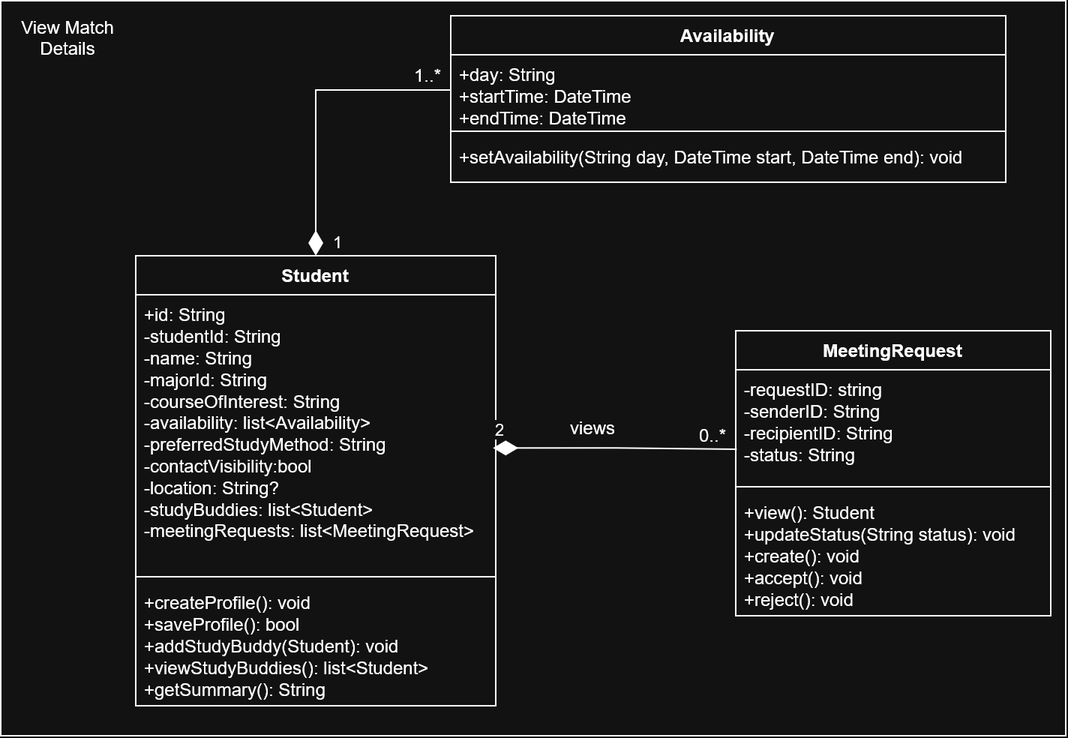
Before: docs/uml/slices/jordan-view-match-details/classes.png, a diagram exported from draw.io (Deismus/Group6Project). Source tidied: cells renumbered, new cells last; positions are measured from the earlier drawing's top-left corner, leaving out a move shared by most shapes.
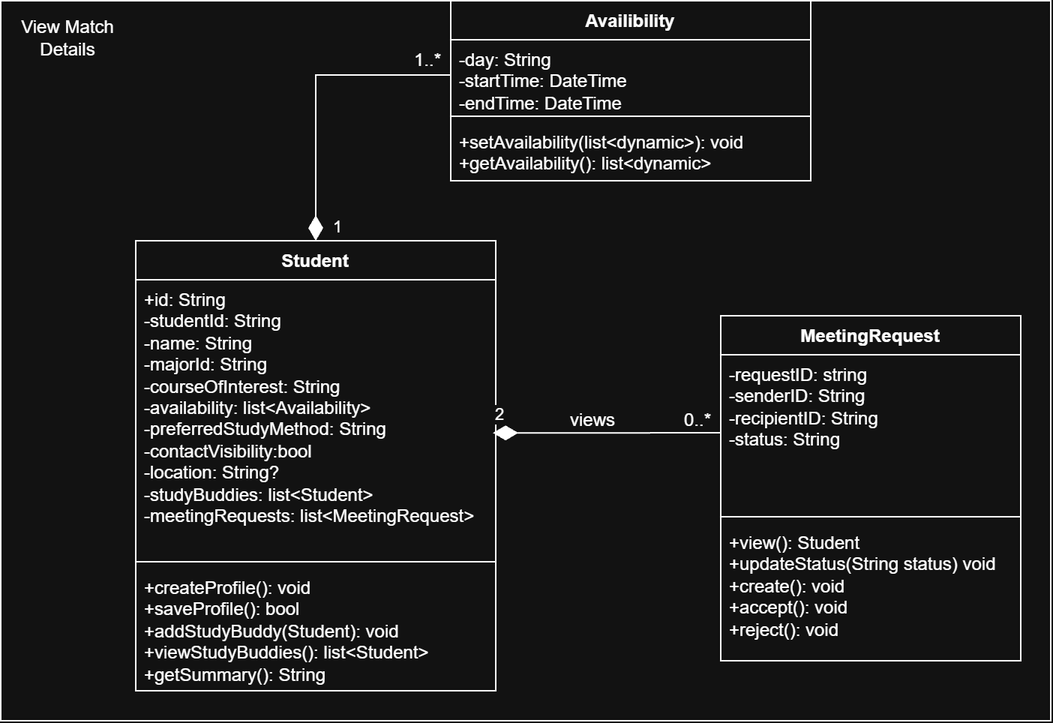
Above is the later version.

Commit message:
UPDATED PNGS AGAINNNN

i updated the sequence and classes.png because they need a method for returning information that's not just variables

The edit, as a diff of the source:
```diff
@@ -3,10 +3,10 @@
     <mxCell id="0" />
     <mxCell id="1" parent="0" />
     <mxCell id="2" style="rounded=0;whiteSpace=wrap;html=1;" parent="1" vertex="1">
-      <mxGeometry width="710" height="490" as="geometry" />
+      <mxGeometry y="10" width="700" height="480" as="geometry" />
     </mxCell>
     <mxCell id="3" value="View Match Details" style="text;html=1;whiteSpace=wrap;strokeColor=none;fillColor=none;align=center;verticalAlign=middle;rounded=0;" parent="1" vertex="1">
-      <mxGeometry y="10" width="90" height="30" as="geometry" />
+      <mxGeometry y="20" width="90" height="30" as="geometry" />
     </mxCell>
     <mxCell id="4" value="Student" style="swimlane;fontStyle=1;align=center;verticalAlign=top;horizontal=1;startSize=26;whiteSpace=wrap;html=1;" parent="1" vertex="1">
       <mxGeometry x="90" y="170" width="240" height="300" as="geometry" />
@@ -21,34 +21,34 @@
       <mxGeometry y="218" width="240" height="82" as="geometry" />
     </mxCell>
     <mxCell id="8" value="MeetingRequest" style="swimlane;fontStyle=1;align=center;verticalAlign=top;horizontal=1;startSize=26;whiteSpace=wrap;html=1;" parent="1" vertex="1">
-      <mxGeometry x="490" y="220" width="210" height="190" as="geometry" />
+      <mxGeometry x="480" y="220" width="200" height="230" as="geometry" />
     </mxCell>
     <mxCell id="9" value="-requestID: string&lt;div&gt;-senderID: String&lt;/div&gt;&lt;div&gt;-recipientID: String&lt;/div&gt;&lt;div&gt;-status: String&lt;/div&gt;" style="text;strokeColor=none;fillColor=none;align=left;verticalAlign=top;spacingLeft=4;spacingRight=4;overflow=hidden;points=[[0,0.5],[1,0.5]];portConstraint=eastwest;whiteSpace=wrap;html=1;" parent="8" vertex="1">
-      <mxGeometry y="26" width="210" height="74" as="geometry" />
+      <mxGeometry y="26" width="200" height="104" as="geometry" />
     </mxCell>
     <mxCell id="10" style="line;strokeWidth=1;fillColor=none;align=left;verticalAlign=middle;spacingTop=-1;spacingLeft=3;spacingRight=3;labelPosition=right;strokeColor=inherit;" parent="8" vertex="1">
-      <mxGeometry y="100" width="210" height="8" as="geometry" />
+      <mxGeometry y="130" width="200" height="8" as="geometry" />
     </mxCell>
-    <mxCell id="11" value="&lt;div&gt;+view(): Student&lt;/div&gt;&lt;div&gt;+updateStatus(String status): void&lt;/div&gt;&lt;div&gt;+create(): void&lt;/div&gt;&lt;div&gt;+accept(): void&lt;/div&gt;&lt;div&gt;+reject(): void&lt;/div&gt;" style="text;strokeColor=none;fillColor=none;align=left;verticalAlign=top;spacingLeft=4;spacingRight=4;overflow=hidden;whiteSpace=wrap;html=1;" parent="8" vertex="1">
-      <mxGeometry y="108" width="210" height="82" as="geometry" />
+    <mxCell id="11" value="&lt;div&gt;+view(): Student&lt;/div&gt;&lt;div&gt;+updateStatus(String status) void&lt;/div&gt;+create(): void&lt;div&gt;+accept(): void&lt;/div&gt;&lt;div&gt;+reject(): void&lt;/div&gt;" style="text;strokeColor=none;fillColor=none;align=left;verticalAlign=top;spacingLeft=4;spacingRight=4;overflow=hidden;whiteSpace=wrap;html=1;" parent="8" vertex="1">
+      <mxGeometry y="138" width="200" height="92" as="geometry" />
     </mxCell>
-    <mxCell id="12" value="Availability" style="swimlane;fontStyle=1;align=center;verticalAlign=top;horizontal=1;startSize=26;whiteSpace=wrap;html=1;" parent="1" vertex="1">
-      <mxGeometry x="300" y="10" width="370" height="111" as="geometry" />
+    <mxCell id="12" value="Availibility" style="swimlane;fontStyle=1;align=center;verticalAlign=top;horizontal=1;startSize=26;whiteSpace=wrap;html=1;" parent="1" vertex="1">
+      <mxGeometry x="300" y="10" width="240" height="120" as="geometry" />
     </mxCell>
-    <mxCell id="13" value="+day: String&lt;div&gt;+startTime: DateTime&lt;/div&gt;&lt;div&gt;+endTime: DateTime&lt;/div&gt;" style="text;strokeColor=none;fillColor=none;align=left;verticalAlign=top;spacingLeft=4;spacingRight=4;overflow=hidden;points=[[0,0.5],[1,0.5]];portConstraint=eastwest;whiteSpace=wrap;html=1;" parent="12" vertex="1">
-      <mxGeometry y="26" width="370" height="47" as="geometry" />
+    <mxCell id="13" value="-day: String&lt;div&gt;-startTime: DateTime&lt;/div&gt;&lt;div&gt;-endTime: DateTime&lt;/div&gt;" style="text;strokeColor=none;fillColor=none;align=left;verticalAlign=top;spacingLeft=4;spacingRight=4;overflow=hidden;points=[[0,0.5],[1,0.5]];portConstraint=eastwest;whiteSpace=wrap;html=1;" parent="12" vertex="1">
+      <mxGeometry y="26" width="240" height="47" as="geometry" />
     </mxCell>
     <mxCell id="14" style="line;strokeWidth=1;align=left;verticalAlign=middle;spacingTop=-1;spacingLeft=3;spacingRight=3;labelPosition=right;" parent="12" vertex="1">
-      <mxGeometry y="73" width="370" height="8" as="geometry" />
+      <mxGeometry y="73" width="240" height="8" as="geometry" />
     </mxCell>
-    <mxCell id="15" value="+setAvailability(String day, DateTime start, DateTime end): void" style="text;strokeColor=none;fillColor=none;align=left;verticalAlign=top;spacingLeft=4;spacingRight=4;overflow=hidden;whiteSpace=wrap;html=1;" parent="12" vertex="1">
-      <mxGeometry y="81" width="370" height="30" as="geometry" />
+    <mxCell id="15" value="+setAvailability(list&amp;lt;dynamic&amp;gt;): void&lt;div&gt;+getAvailability(): list&amp;lt;dynamic&amp;gt;&lt;/div&gt;" style="text;strokeColor=none;fillColor=none;align=left;verticalAlign=top;spacingLeft=4;spacingRight=4;overflow=hidden;whiteSpace=wrap;html=1;" parent="12" vertex="1">
+      <mxGeometry y="81" width="240" height="39" as="geometry" />
     </mxCell>
-    <mxCell id="16" value="2" style="endArrow=none;html=1;endSize=12;startArrow=diamondThin;startSize=14;startFill=1;edgeStyle=orthogonalEdgeStyle;align=left;verticalAlign=bottom;rounded=0;exitX=0.992;exitY=0.555;exitDx=0;exitDy=0;exitPerimeter=0;entryX=0.003;entryY=0.716;entryDx=0;entryDy=0;endFill=0;entryPerimeter=0;" parent="1" edge="1" source="5" target="9">
+    <mxCell id="16" value="2" style="endArrow=none;html=1;endSize=12;startArrow=diamondThin;startSize=14;startFill=1;edgeStyle=orthogonalEdgeStyle;align=left;verticalAlign=bottom;rounded=0;exitX=0.992;exitY=0.555;exitDx=0;exitDy=0;exitPerimeter=0;entryX=0;entryY=0.5;entryDx=0;entryDy=0;endFill=0;" parent="1" edge="1" source="5" target="9">
       <mxGeometry x="-1" y="3" relative="1" as="geometry" />
     </mxCell>
     <mxCell id="17" value="0..*" style="text;html=1;whiteSpace=wrap;strokeColor=none;fillColor=none;align=center;verticalAlign=middle;rounded=0;" parent="1" vertex="1">
-      <mxGeometry x="460" y="280" width="30" height="20" as="geometry" />
+      <mxGeometry x="450" y="280" width="30" height="20" as="geometry" />
     </mxCell>
     <mxCell id="18" value="1" style="endArrow=none;html=1;endSize=12;startArrow=diamondThin;startSize=14;startFill=1;edgeStyle=orthogonalEdgeStyle;align=left;verticalAlign=bottom;rounded=0;exitX=0.5;exitY=0;exitDx=0;exitDy=0;entryX=0;entryY=0.5;entryDx=0;entryDy=0;endFill=0;" parent="1" edge="1" source="4" target="13">
       <mxGeometry x="-1" y="-10" relative="1" as="geometry" />
@@ -57,7 +57,7 @@
       <mxGeometry x="270" y="40" width="30" height="20" as="geometry" />
     </mxCell>
     <mxCell id="20" value="views" style="text;html=1;whiteSpace=wrap;strokeColor=none;fillColor=none;align=center;verticalAlign=middle;rounded=0;" parent="1" vertex="1">
-      <mxGeometry x="340" y="270" width="110" height="30" as="geometry" />
+      <mxGeometry x="340" y="275" width="110" height="30" as="geometry" />
     </mxCell>
   </root>
 </mxGraphModel>
```
